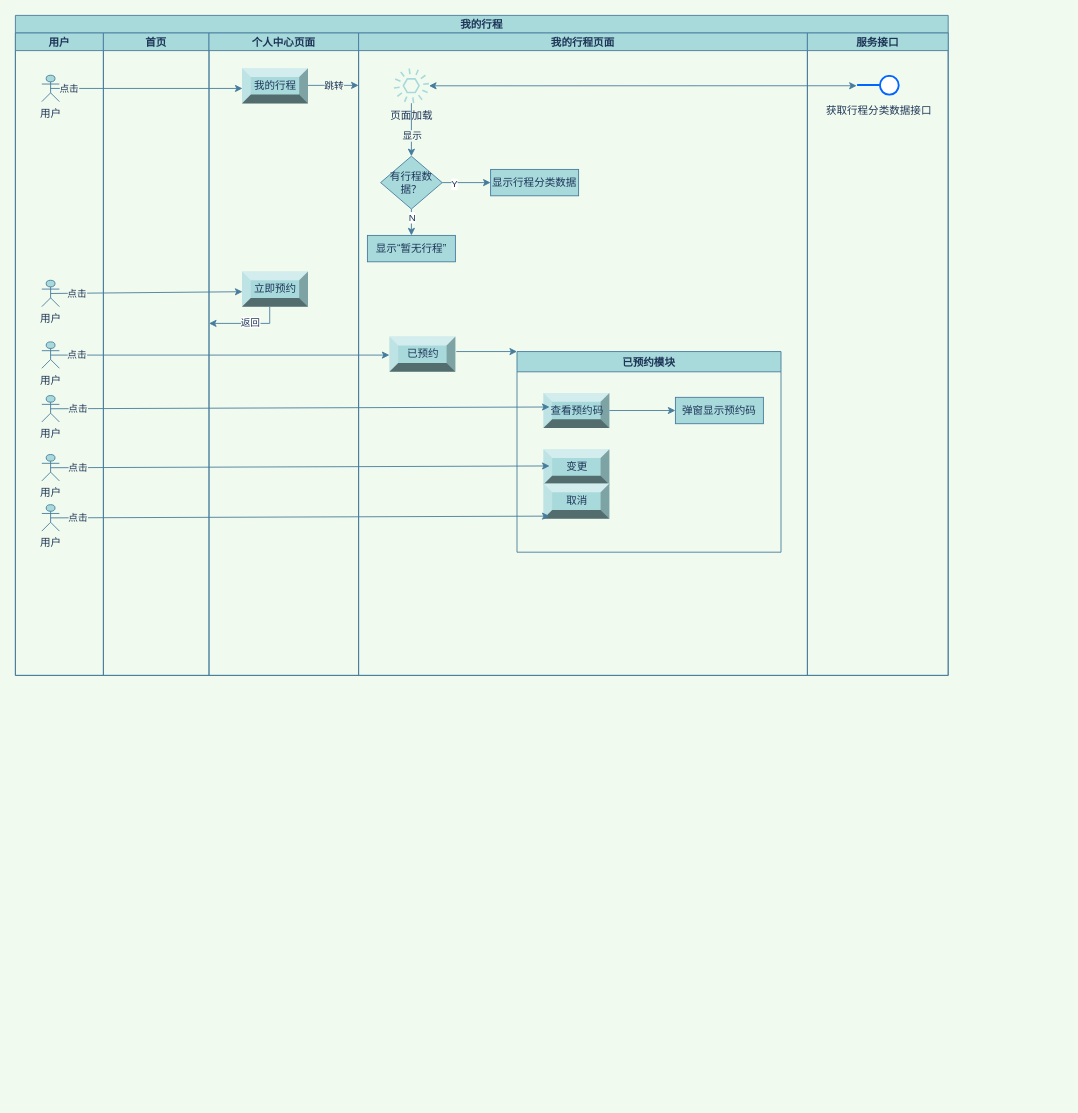
Before: page "我的行程" (6 of 9) of Untitled Diagram.drawio in LXX1029/process, a draw.io diagram. Source tidied: cells renumbered, new cells numbered last; positions are measured from the earlier drawing's top-left corner, leaving out a move shared by most shapes. Both pictures are drawn from the tidied source at 88%, with x=0, y=0 at pixel (15, 15).
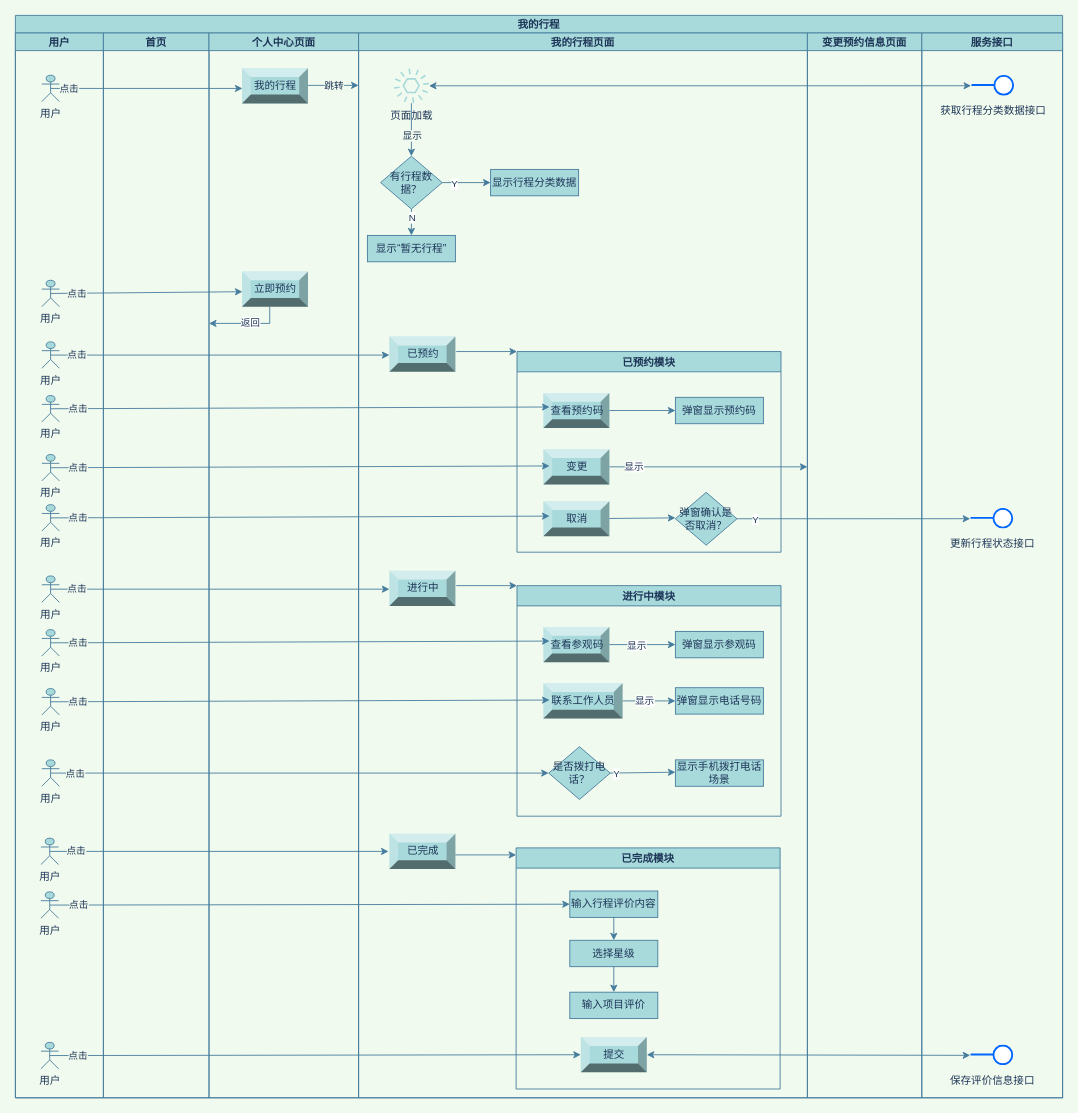
After the change.

Unchanged cells that the change refers to:
```xml
<mxCell id="27" value="已预约模块" style="swimlane;rounded=0;sketch=0;fontColor=#1D3557;strokeColor=#457B9D;fillColor=#A8DADC;" parent="16" vertex="1">
  <mxGeometry x="180" y="362" width="300" height="228" as="geometry" />
</mxCell>
<mxCell id="29" value="变更" style="labelPosition=center;verticalLabelPosition=middle;align=center;html=1;shape=mxgraph.basic.shaded_button;dx=10;fillColor=#A8DADC;strokeColor=none;rounded=0;sketch=0;fontColor=#1D3557;" parent="27" vertex="1">
  <mxGeometry x="30" y="111" width="75" height="40" as="geometry" />
</mxCell>
```

The edit, as a diff of the source:
```diff
@@
     <mxCell id="2" value="我的行程" style="swimlane;startSize=20;fillColor=#A8DADC;strokeColor=#457B9D;fontColor=#1D3557;" parent="1" vertex="1">
-      <mxGeometry width="1060" height="750" as="geometry" />
+      <mxGeometry width="1190" height="1230" as="geometry" />
     </mxCell>
     <mxCell id="3" value="用户" style="swimlane;startSize=20;fillColor=#A8DADC;strokeColor=#457B9D;fontColor=#1D3557;" parent="2" vertex="1">
-      <mxGeometry y="20" width="100" height="730" as="geometry" />
+      <mxGeometry y="20" width="100" height="1210" as="geometry" />
     </mxCell>
@@
     <mxCell id="8" value="首页" style="swimlane;rounded=0;sketch=0;fontColor=#1D3557;strokeColor=#457B9D;fillColor=#A8DADC;startSize=20;" parent="2" vertex="1">
-      <mxGeometry x="100" y="20" width="120" height="730" as="geometry" />
+      <mxGeometry x="100" y="20" width="120" height="1210" as="geometry" />
     </mxCell>
     <mxCell id="9" value="个人中心页面" style="swimlane;startSize=20;fillColor=#A8DADC;strokeColor=#457B9D;fontColor=#1D3557;" parent="2" vertex="1">
-      <mxGeometry x="220" y="20" width="170" height="730" as="geometry" />
+      <mxGeometry x="220" y="20" width="170" height="1210" as="geometry" />
     </mxCell>
@@
     <mxCell id="16" value="我的行程页面" style="swimlane;startSize=20;fillColor=#A8DADC;strokeColor=#457B9D;fontColor=#1D3557;" parent="2" vertex="1">
-      <mxGeometry x="390" y="20" width="510" height="730" as="geometry" />
+      <mxGeometry x="390" y="20" width="510" height="1210" as="geometry" />
     </mxCell>
@@
     <mxCell id="30" value="取消" style="labelPosition=center;verticalLabelPosition=middle;align=center;html=1;shape=mxgraph.basic.shaded_button;dx=10;fillColor=#A8DADC;strokeColor=none;rounded=0;sketch=0;fontColor=#1D3557;" parent="27" vertex="1">
-      <mxGeometry x="30" y="150" width="75" height="40" as="geometry" />
+      <mxGeometry x="30" y="170" width="75" height="40" as="geometry" />
     </mxCell>
@@
+    <mxCell id="52" style="endArrow=classic;html=1;rounded=0;sketch=0;fontColor=#1D3557;strokeColor=#457B9D;fillColor=#A8DADC;entryX=0;entryY=0.5;entryDx=0;entryDy=0;" parent="27" edge="1" source="30">
+      <mxGeometry relative="1" as="geometry">
+        <mxPoint x="180" y="189" as="targetPoint" />
+      </mxGeometry>
+    </mxCell>
+    <mxCell id="53" value="弹窗确认是否取消？" style="rhombus;whiteSpace=wrap;html=1;rounded=0;sketch=0;fontColor=#1D3557;strokeColor=#457B9D;fillColor=#A8DADC;" parent="27" vertex="1">
+      <mxGeometry x="180" y="160" width="70" height="60" as="geometry" />
+    </mxCell>
@@
+    <mxCell id="54" value="已完成" style="labelPosition=center;verticalLabelPosition=middle;align=center;html=1;shape=mxgraph.basic.shaded_button;dx=10;fillColor=#A8DADC;strokeColor=none;rounded=0;sketch=0;fontColor=#1D3557;" parent="16" vertex="1">
+      <mxGeometry x="35" y="910" width="75" height="40" as="geometry" />
+    </mxCell>
+    <mxCell id="55" value="变更预约信息页面" style="swimlane;rounded=0;sketch=0;fontColor=#1D3557;strokeColor=#457B9D;fillColor=#A8DADC;startSize=20;" parent="2" vertex="1">
+      <mxGeometry x="900" y="20" width="130" height="1210" as="geometry" />
+    </mxCell>
     <mxCell id="34" value="服务接口" style="swimlane;rounded=0;sketch=0;fontColor=#1D3557;strokeColor=#457B9D;fillColor=#A8DADC;startSize=20;" parent="2" vertex="1">
-      <mxGeometry x="900" y="20" width="160" height="730" as="geometry" />
+      <mxGeometry x="1030" y="20" width="160" height="1210" as="geometry" />
     </mxCell>
@@
+    <mxCell id="56" value="更新行程状态接口" style="perimeter=ellipsePerimeter;html=1;align=center;shadow=0;dashed=0;spacingTop=3;image;image=img/lib/active_directory/interface.svg;rounded=0;sketch=0;fontColor=#1D3557;strokeColor=#457B9D;fillColor=#A8DADC;labelBackgroundColor=#F1FAEE;" parent="34" vertex="1">
+      <mxGeometry x="55" y="540.2" width="50" height="23.5" as="geometry" />
+    </mxCell>
+    <mxCell id="57" value="保存评价信息接口" style="perimeter=ellipsePerimeter;html=1;align=center;shadow=0;dashed=0;spacingTop=3;image;image=img/lib/active_directory/interface.svg;rounded=0;sketch=0;fontColor=#1D3557;strokeColor=#457B9D;fillColor=#A8DADC;labelBackgroundColor=#F1FAEE;" parent="34" vertex="1">
+      <mxGeometry x="55" y="1150" width="50" height="23.5" as="geometry" />
+    </mxCell>
@@
+    <mxCell id="58" style="endArrow=classic;html=1;rounded=0;sketch=0;fontColor=#1D3557;strokeColor=#457B9D;fillColor=#A8DADC;exitX=1;exitY=0.5;exitDx=0;exitDy=0;entryX=0;entryY=0.5;entryDx=0;entryDy=0;" parent="2" edge="1" source="53" target="56">
+      <mxGeometry relative="1" as="geometry" />
+    </mxCell>
+    <mxCell id="59" value="Y" style="edgeLabel;html=1;align=center;verticalAlign=middle;fontColor=#1D3557;" parent="58" vertex="1">
+      <mxGeometry x="-0.85" y="-1" relative="1" as="geometry" />
+    </mxCell>
@@
+    <mxCell id="60" style="endArrow=classic;html=1;rounded=0;sketch=0;fontColor=#1D3557;strokeColor=#457B9D;fillColor=#A8DADC;" parent="1" edge="1" source="29">
+      <mxGeometry relative="1" as="geometry">
+        <mxPoint x="900" y="513" as="targetPoint" />
+      </mxGeometry>
+    </mxCell>
+    <mxCell id="61" value="显示" style="edgeLabel;html=1;align=center;verticalAlign=middle;fontColor=#1D3557;" parent="60" vertex="1">
+      <mxGeometry x="-0.76" y="1" relative="1" as="geometry" />
+    </mxCell>
+    <mxCell id="62" value="用户" style="shape=umlActor;verticalLabelPosition=bottom;verticalAlign=top;html=1;outlineConnect=0;rounded=0;sketch=0;fontColor=#1D3557;strokeColor=#457B9D;fillColor=#A8DADC;" parent="1" vertex="1">
+      <mxGeometry x="30" y="637" width="20" height="30" as="geometry" />
+    </mxCell>
+    <mxCell id="63" value="用户" style="shape=umlActor;verticalLabelPosition=bottom;verticalAlign=top;html=1;outlineConnect=0;rounded=0;sketch=0;fontColor=#1D3557;strokeColor=#457B9D;fillColor=#A8DADC;" parent="1" vertex="1">
+      <mxGeometry x="30" y="698" width="20" height="30" as="geometry" />
+    </mxCell>
+    <mxCell id="64" value="进行中模块" style="swimlane;rounded=0;sketch=0;fontColor=#1D3557;strokeColor=#457B9D;fillColor=#A8DADC;" parent="1" vertex="1">
+      <mxGeometry x="570" y="648" width="300" height="262" as="geometry" />
+    </mxCell>
+    <mxCell id="65" value="查看参观码" style="labelPosition=center;verticalLabelPosition=middle;align=center;html=1;shape=mxgraph.basic.shaded_button;dx=10;fillColor=#A8DADC;strokeColor=none;rounded=0;sketch=0;fontColor=#1D3557;" parent="64" vertex="1">
+      <mxGeometry x="30" y="47" width="75" height="40" as="geometry" />
+    </mxCell>
+    <mxCell id="66" value="联系工作人员" style="labelPosition=center;verticalLabelPosition=middle;align=center;html=1;shape=mxgraph.basic.shaded_button;dx=10;fillColor=#A8DADC;strokeColor=none;rounded=0;sketch=0;fontColor=#1D3557;" parent="64" vertex="1">
+      <mxGeometry x="30" y="111" width="90" height="40" as="geometry" />
+    </mxCell>
+    <mxCell id="67" value="弹窗显示参观码" style="rounded=0;whiteSpace=wrap;html=1;sketch=0;fontColor=#1D3557;strokeColor=#457B9D;fillColor=#A8DADC;" parent="64" vertex="1">
+      <mxGeometry x="180" y="52" width="100" height="30" as="geometry" />
+    </mxCell>
+    <mxCell id="68" value="是否拨打电话？" style="rhombus;whiteSpace=wrap;html=1;rounded=0;sketch=0;fontColor=#1D3557;strokeColor=#457B9D;fillColor=#A8DADC;" parent="64" vertex="1">
+      <mxGeometry x="36" y="183" width="70" height="60" as="geometry" />
+    </mxCell>
+    <mxCell id="69" value="弹窗显示电话号码" style="rounded=0;whiteSpace=wrap;html=1;sketch=0;fontColor=#1D3557;strokeColor=#457B9D;fillColor=#A8DADC;" parent="64" vertex="1">
+      <mxGeometry x="180" y="116" width="100" height="30" as="geometry" />
+    </mxCell>
+    <mxCell id="70" value="显示手机拨打电话场景" style="rounded=0;whiteSpace=wrap;html=1;sketch=0;fontColor=#1D3557;strokeColor=#457B9D;fillColor=#A8DADC;" parent="64" vertex="1">
+      <mxGeometry x="180" y="198" width="100" height="30" as="geometry" />
+    </mxCell>
+    <mxCell id="71" value="进行中" style="labelPosition=center;verticalLabelPosition=middle;align=center;html=1;shape=mxgraph.basic.shaded_button;dx=10;fillColor=#A8DADC;strokeColor=none;rounded=0;sketch=0;fontColor=#1D3557;" parent="1" vertex="1">
+      <mxGeometry x="425" y="631" width="75" height="40" as="geometry" />
+    </mxCell>
+    <mxCell id="72" style="endArrow=classic;html=1;rounded=0;sketch=0;fontColor=#1D3557;strokeColor=#457B9D;fillColor=#A8DADC;exitX=1.013;exitY=0.425;exitDx=0;exitDy=0;exitPerimeter=0;entryX=0;entryY=0;entryDx=0;entryDy=0;" parent="1" edge="1" source="71" target="64">
+      <mxGeometry relative="1" as="geometry" />
+    </mxCell>
+    <mxCell id="73" style="endArrow=classic;html=1;rounded=1;sketch=0;fontColor=#1D3557;strokeColor=#457B9D;fillColor=#A8DADC;curved=0;exitX=0.5;exitY=0.5;exitDx=0;exitDy=0;exitPerimeter=0;entryX=0;entryY=0.5;entryDx=0;entryDy=0;labelBackgroundColor=#F1FAEE;" parent="1" edge="1" source="62">
+      <mxGeometry relative="1" as="geometry">
+        <mxPoint x="425" y="652" as="targetPoint" />
+      </mxGeometry>
+    </mxCell>
+    <mxCell id="74" value="点击" style="edgeLabel;html=1;align=center;verticalAlign=middle;fontColor=#1D3557;labelBackgroundColor=#F1FAEE;" parent="73" vertex="1">
+      <mxGeometry x="-0.79" y="-1" relative="1" as="geometry">
+        <mxPoint x="-11" y="-2" as="offset" />
+      </mxGeometry>
+    </mxCell>
+    <mxCell id="75" style="endArrow=classic;html=1;rounded=1;sketch=0;fontColor=#1D3557;strokeColor=#457B9D;fillColor=#A8DADC;curved=0;exitX=0.5;exitY=0.5;exitDx=0;exitDy=0;exitPerimeter=0;labelBackgroundColor=#F1FAEE;entryX=0.093;entryY=0.4;entryDx=0;entryDy=0;entryPerimeter=0;" parent="1" edge="1" source="63" target="65">
+      <mxGeometry relative="1" as="geometry" />
+    </mxCell>
+    <mxCell id="76" value="点击" style="edgeLabel;html=1;align=center;verticalAlign=middle;fontColor=#1D3557;labelBackgroundColor=#F1FAEE;" parent="75" vertex="1">
+      <mxGeometry x="-0.79" y="-1" relative="1" as="geometry">
+        <mxPoint x="-30" y="-1" as="offset" />
+      </mxGeometry>
+    </mxCell>
+    <mxCell id="77" style="endArrow=classic;html=1;rounded=0;sketch=0;fontColor=#1D3557;strokeColor=#457B9D;fillColor=#A8DADC;exitX=1;exitY=0.5;exitDx=0;exitDy=0;" parent="1" edge="1" source="68">
+      <mxGeometry relative="1" as="geometry">
+        <mxPoint x="750" y="860" as="targetPoint" />
+      </mxGeometry>
+    </mxCell>
+    <mxCell id="78" value="Y" style="edgeLabel;html=1;align=center;verticalAlign=middle;fontColor=#1D3557;" parent="77" vertex="1">
+      <mxGeometry x="-0.85" y="-1" relative="1" as="geometry" />
+    </mxCell>
+    <mxCell id="79" value="用户" style="shape=umlActor;verticalLabelPosition=bottom;verticalAlign=top;html=1;outlineConnect=0;rounded=0;sketch=0;fontColor=#1D3557;strokeColor=#457B9D;fillColor=#A8DADC;" parent="1" vertex="1">
+      <mxGeometry x="30" y="765" width="20" height="30" as="geometry" />
+    </mxCell>
+    <mxCell id="80" style="endArrow=classic;html=1;rounded=1;sketch=0;fontColor=#1D3557;strokeColor=#457B9D;fillColor=#A8DADC;curved=0;exitX=0.5;exitY=0.5;exitDx=0;exitDy=0;exitPerimeter=0;labelBackgroundColor=#F1FAEE;entryX=0.093;entryY=0.4;entryDx=0;entryDy=0;entryPerimeter=0;" parent="1" edge="1" source="79">
+      <mxGeometry relative="1" as="geometry">
+        <mxPoint x="607" y="778" as="targetPoint" />
+      </mxGeometry>
+    </mxCell>
+    <mxCell id="81" value="点击" style="edgeLabel;html=1;align=center;verticalAlign=middle;fontColor=#1D3557;labelBackgroundColor=#F1FAEE;" parent="80" vertex="1">
+      <mxGeometry x="-0.79" y="-1" relative="1" as="geometry">
+        <mxPoint x="-30" y="-1" as="offset" />
+      </mxGeometry>
+    </mxCell>
+    <mxCell id="82" value="用户" style="shape=umlActor;verticalLabelPosition=bottom;verticalAlign=top;html=1;outlineConnect=0;rounded=0;sketch=0;fontColor=#1D3557;strokeColor=#457B9D;fillColor=#A8DADC;" parent="1" vertex="1">
+      <mxGeometry x="30" y="846" width="20" height="30" as="geometry" />
+    </mxCell>
+    <mxCell id="83" style="endArrow=classic;html=1;rounded=1;sketch=0;fontColor=#1D3557;strokeColor=#457B9D;fillColor=#A8DADC;curved=0;exitX=0.5;exitY=0.5;exitDx=0;exitDy=0;exitPerimeter=0;labelBackgroundColor=#F1FAEE;entryX=0;entryY=0.5;entryDx=0;entryDy=0;" parent="1" edge="1" source="82" target="68">
+      <mxGeometry relative="1" as="geometry" />
+    </mxCell>
+    <mxCell id="84" value="点击" style="edgeLabel;html=1;align=center;verticalAlign=middle;fontColor=#1D3557;labelBackgroundColor=#F1FAEE;" parent="83" vertex="1">
+      <mxGeometry x="-0.79" y="-1" relative="1" as="geometry">
+        <mxPoint x="-32" y="-1" as="offset" />
+      </mxGeometry>
+    </mxCell>
+    <mxCell id="85" style="endArrow=classic;html=1;rounded=0;sketch=0;fontColor=#1D3557;strokeColor=#457B9D;fillColor=#A8DADC;" parent="1" edge="1" source="65">
+      <mxGeometry relative="1" as="geometry">
+        <mxPoint x="750" y="715" as="targetPoint" />
+      </mxGeometry>
+    </mxCell>
+    <mxCell id="86" value="显示" style="edgeLabel;html=1;align=center;verticalAlign=middle;fontColor=#1D3557;" parent="85" vertex="1">
+      <mxGeometry x="-0.47" y="-1" relative="1" as="geometry">
+        <mxPoint x="10" y="-1" as="offset" />
+      </mxGeometry>
+    </mxCell>
+    <mxCell id="87" style="endArrow=classic;html=1;rounded=0;sketch=0;fontColor=#1D3557;strokeColor=#457B9D;fillColor=#A8DADC;" parent="1" edge="1" source="66">
+      <mxGeometry relative="1" as="geometry">
+        <mxPoint x="750" y="779" as="targetPoint" />
+      </mxGeometry>
+    </mxCell>
+    <mxCell id="88" value="显示" style="edgeLabel;html=1;align=center;verticalAlign=middle;fontColor=#1D3557;" parent="87" vertex="1">
+      <mxGeometry x="-0.76" y="1" relative="1" as="geometry">
+        <mxPoint x="17" as="offset" />
+      </mxGeometry>
+    </mxCell>
+    <mxCell id="89" value="用户" style="shape=umlActor;verticalLabelPosition=bottom;verticalAlign=top;html=1;outlineConnect=0;rounded=0;sketch=0;fontColor=#1D3557;strokeColor=#457B9D;fillColor=#A8DADC;" parent="1" vertex="1">
+      <mxGeometry x="29" y="935" width="20" height="30" as="geometry" />
+    </mxCell>
+    <mxCell id="90" value="用户" style="shape=umlActor;verticalLabelPosition=bottom;verticalAlign=top;html=1;outlineConnect=0;rounded=0;sketch=0;fontColor=#1D3557;strokeColor=#457B9D;fillColor=#A8DADC;" parent="1" vertex="1">
+      <mxGeometry x="29" y="996" width="20" height="30" as="geometry" />
+    </mxCell>
+    <mxCell id="91" value="已完成模块" style="swimlane;rounded=0;sketch=0;fontColor=#1D3557;strokeColor=#457B9D;fillColor=#A8DADC;" parent="1" vertex="1">
+      <mxGeometry x="569" y="946" width="300" height="274" as="geometry" />
+    </mxCell>
+    <mxCell id="92" value="输入行程评价内容" style="rounded=0;whiteSpace=wrap;html=1;sketch=0;fontColor=#1D3557;strokeColor=#457B9D;fillColor=#A8DADC;" parent="91" vertex="1">
+      <mxGeometry x="61" y="49" width="100" height="30" as="geometry" />
+    </mxCell>
+    <mxCell id="93" value="选择星级" style="rounded=0;whiteSpace=wrap;html=1;sketch=0;fontColor=#1D3557;strokeColor=#457B9D;fillColor=#A8DADC;" parent="91" vertex="1">
+      <mxGeometry x="61" y="105" width="100" height="30" as="geometry" />
+    </mxCell>
+    <mxCell id="94" style="endArrow=classic;html=1;rounded=0;sketch=0;fontColor=#1D3557;strokeColor=#457B9D;fillColor=#A8DADC;exitX=0.5;exitY=1;exitDx=0;exitDy=0;" parent="91" edge="1" source="92" target="93">
+      <mxGeometry relative="1" as="geometry" />
+    </mxCell>
+    <mxCell id="95" value="输入项目评价" style="rounded=0;whiteSpace=wrap;html=1;sketch=0;fontColor=#1D3557;strokeColor=#457B9D;fillColor=#A8DADC;" parent="91" vertex="1">
+      <mxGeometry x="61" y="164" width="100" height="30" as="geometry" />
+    </mxCell>
+    <mxCell id="96" style="endArrow=classic;html=1;rounded=0;sketch=0;fontColor=#1D3557;strokeColor=#457B9D;fillColor=#A8DADC;exitX=0.5;exitY=1;exitDx=0;exitDy=0;" parent="91" edge="1" source="93" target="95">
+      <mxGeometry relative="1" as="geometry" />
+    </mxCell>
+    <mxCell id="97" value="提交" style="labelPosition=center;verticalLabelPosition=middle;align=center;html=1;shape=mxgraph.basic.shaded_button;dx=10;fillColor=#A8DADC;strokeColor=none;rounded=0;sketch=0;fontColor=#1D3557;" parent="91" vertex="1">
+      <mxGeometry x="73.5" y="215" width="75" height="40" as="geometry" />
+    </mxCell>
+    <mxCell id="98" style="endArrow=classic;html=1;rounded=0;sketch=0;fontColor=#1D3557;strokeColor=#457B9D;fillColor=#A8DADC;exitX=1.013;exitY=0.425;exitDx=0;exitDy=0;exitPerimeter=0;entryX=0;entryY=0;entryDx=0;entryDy=0;" parent="1" edge="1">
+      <mxGeometry relative="1" as="geometry">
+        <mxPoint x="500" y="954" as="sourcePoint" />
+        <mxPoint x="569" y="954" as="targetPoint" />
+      </mxGeometry>
+    </mxCell>
+    <mxCell id="99" style="endArrow=classic;html=1;rounded=1;sketch=0;fontColor=#1D3557;strokeColor=#457B9D;fillColor=#A8DADC;curved=0;exitX=0.5;exitY=0.5;exitDx=0;exitDy=0;exitPerimeter=0;entryX=0;entryY=0.5;entryDx=0;entryDy=0;labelBackgroundColor=#F1FAEE;" parent="1" edge="1" source="89">
+      <mxGeometry relative="1" as="geometry">
+        <mxPoint x="424" y="950" as="targetPoint" />
+      </mxGeometry>
+    </mxCell>
+    <mxCell id="100" value="点击" style="edgeLabel;html=1;align=center;verticalAlign=middle;fontColor=#1D3557;labelBackgroundColor=#F1FAEE;" parent="99" vertex="1">
+      <mxGeometry x="-0.79" y="-1" relative="1" as="geometry">
+        <mxPoint x="-11" y="-2" as="offset" />
+      </mxGeometry>
+    </mxCell>
+    <mxCell id="101" style="endArrow=classic;html=1;rounded=1;sketch=0;fontColor=#1D3557;strokeColor=#457B9D;fillColor=#A8DADC;curved=0;exitX=0.5;exitY=0.5;exitDx=0;exitDy=0;exitPerimeter=0;labelBackgroundColor=#F1FAEE;entryX=0;entryY=0.5;entryDx=0;entryDy=0;" parent="1" edge="1" source="90" target="92">
+      <mxGeometry relative="1" as="geometry" />
+    </mxCell>
+    <mxCell id="102" value="点击" style="edgeLabel;html=1;align=center;verticalAlign=middle;fontColor=#1D3557;labelBackgroundColor=#F1FAEE;" parent="101" vertex="1">
+      <mxGeometry x="-0.79" y="-1" relative="1" as="geometry">
+        <mxPoint x="-30" y="-1" as="offset" />
+      </mxGeometry>
+    </mxCell>
+    <mxCell id="103" value="用户" style="shape=umlActor;verticalLabelPosition=bottom;verticalAlign=top;html=1;outlineConnect=0;rounded=0;sketch=0;fontColor=#1D3557;strokeColor=#457B9D;fillColor=#A8DADC;" parent="1" vertex="1">
+      <mxGeometry x="29" y="1167" width="20" height="30" as="geometry" />
+    </mxCell>
+    <mxCell id="104" style="endArrow=classic;html=1;rounded=1;sketch=0;fontColor=#1D3557;strokeColor=#457B9D;fillColor=#A8DADC;curved=0;exitX=0.5;exitY=0.5;exitDx=0;exitDy=0;exitPerimeter=0;labelBackgroundColor=#F1FAEE;" parent="1" edge="1" source="103" target="97">
+      <mxGeometry relative="1" as="geometry" />
+    </mxCell>
+    <mxCell id="105" value="点击" style="edgeLabel;html=1;align=center;verticalAlign=middle;fontColor=#1D3557;labelBackgroundColor=#F1FAEE;" parent="104" vertex="1">
+      <mxGeometry x="-0.79" y="-1" relative="1" as="geometry">
+        <mxPoint x="-32" y="-1" as="offset" />
+      </mxGeometry>
+    </mxCell>
+    <mxCell id="106" style="endArrow=classic;startArrow=classic;html=1;rounded=0;sketch=0;fontColor=#1D3557;strokeColor=#457B9D;fillColor=#A8DADC;exitX=0;exitY=0.5;exitDx=0;exitDy=0;" parent="1" edge="1" source="57" target="97">
+      <mxGeometry relative="1" as="geometry" />
+    </mxCell>
```
